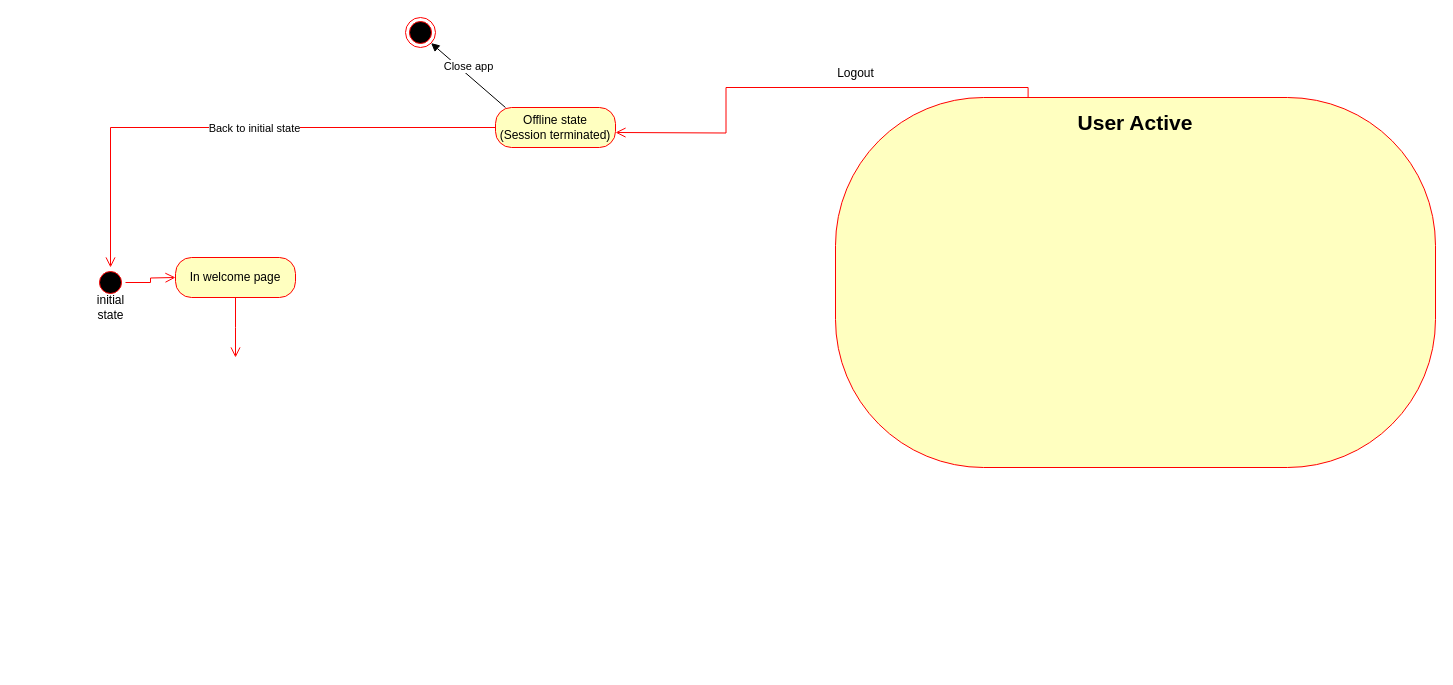
This is state diagram.drawio from Mazen-Azhary/Connect-Hub, a draw.io file, before an edit. Source tidied: cells renumbered, new cells numbered last; positions are measured from the earlier drawing's top-left corner, leaving out a move shared by most shapes. Both pictures are drawn from the tidied source at 100%, with x=0, y=0 at pixel (85, 17).
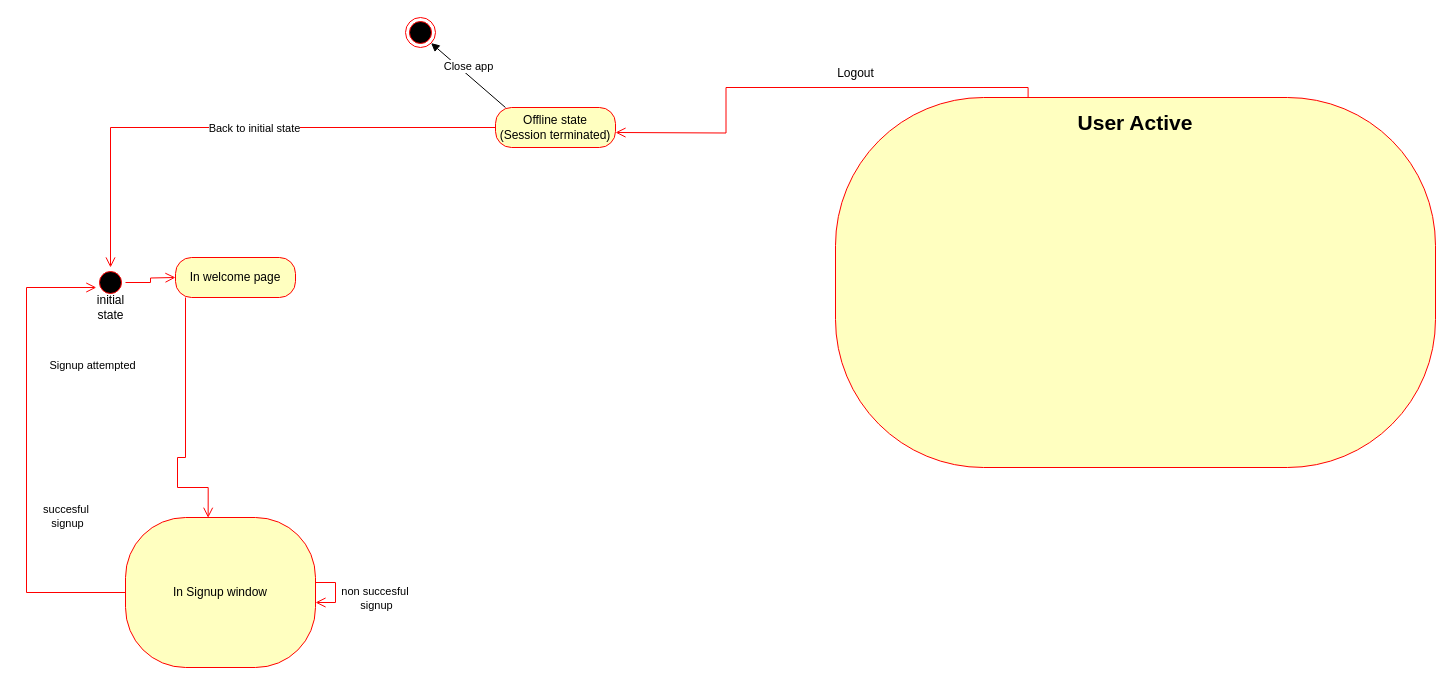
After the change.

Commit message:
signup state complete

The change refers to these unchanged cells:
```xml
<mxCell id="2" style="ellipse;html=1;shape=startState;fillColor=#000000;strokeColor=#ff0000;" parent="1" vertex="1">
  <mxGeometry x="10" y="250" width="30" height="30" as="geometry" />
</mxCell>
<mxCell id="13" value="In welcome page" style="rounded=1;whiteSpace=wrap;html=1;arcSize=40;fontColor=#000000;fillColor=#ffffc0;strokeColor=#ff0000;" parent="1" vertex="1">
  <mxGeometry x="90" y="240" width="120" height="40" as="geometry" />
</mxCell>
```

The edit, as a diff of the source:
```diff
@@
+    <mxCell id="15" style="ellipse;html=1;shape=endState;fillColor=#000000;strokeColor=#ff0000;" parent="1" vertex="1">
+      <mxGeometry x="320" width="30" height="30" as="geometry" />
+    </mxCell>
-    <mxCell id="14" style="edgeStyle=orthogonalEdgeStyle;html=1;verticalAlign=bottom;endArrow=open;endSize=8;strokeColor=#ff0000;rounded=0;" parent="1" edge="1" source="13">
+    <mxCell id="14" style="edgeStyle=orthogonalEdgeStyle;html=1;verticalAlign=bottom;endArrow=open;endSize=8;strokeColor=#ff0000;rounded=0;entryX=0.435;entryY=0.002;entryDx=0;entryDy=0;entryPerimeter=0;" parent="1" edge="1" source="13" target="18">
       <mxGeometry relative="1" as="geometry">
-        <mxPoint x="150" y="340" as="targetPoint" />
+        <Array as="points">
+          <mxPoint x="100" y="440" />
+          <mxPoint x="92" y="440" />
+          <mxPoint x="92" y="470" />
+          <mxPoint x="123" y="470" />
+        </Array>
       </mxGeometry>
     </mxCell>
-    <mxCell id="15" style="ellipse;html=1;shape=endState;fillColor=#000000;strokeColor=#ff0000;" parent="1" vertex="1">
-      <mxGeometry x="320" width="30" height="30" as="geometry" />
-    </mxCell>
+    <mxCell id="17" value="Signup attempted" style="edgeLabel;html=1;align=center;verticalAlign=middle;" parent="14" vertex="1">
+      <mxGeometry x="-0.32" y="-1" relative="1" as="geometry">
+        <mxPoint x="-93" y="-21" as="offset" />
+      </mxGeometry>
+    </mxCell>
@@
+    <mxCell id="18" value="In Signup window" style="rounded=1;whiteSpace=wrap;html=1;arcSize=40;fontColor=#000000;fillColor=#ffffc0;strokeColor=#ff0000;" parent="1" vertex="1">
+      <mxGeometry x="40" y="500" width="190" height="150" as="geometry" />
+    </mxCell>
+    <mxCell id="19" style="edgeStyle=orthogonalEdgeStyle;html=1;verticalAlign=bottom;endArrow=open;endSize=8;strokeColor=#ff0000;rounded=0;elbow=vertical;" parent="1" edge="1" source="18" target="18">
+      <mxGeometry relative="1" as="geometry" />
+    </mxCell>
+    <mxCell id="20" value="non succesful&amp;nbsp;&lt;div&gt;signup&lt;/div&gt;" style="edgeLabel;html=1;align=center;verticalAlign=middle;" parent="19" vertex="1">
+      <mxGeometry x="-0.21" relative="1" as="geometry">
+        <mxPoint x="40" y="11" as="offset" />
+      </mxGeometry>
+    </mxCell>
+    <mxCell id="21" style="edgeStyle=orthogonalEdgeStyle;html=1;verticalAlign=bottom;endArrow=open;endSize=8;strokeColor=#ff0000;rounded=0;elbow=vertical;" parent="1" edge="1" source="18" target="2">
+      <mxGeometry relative="1" as="geometry">
+        <Array as="points">
+          <mxPoint x="-59" y="575" />
+          <mxPoint x="-59" y="270" />
+        </Array>
+      </mxGeometry>
+    </mxCell>
+    <mxCell id="22" value="succesful&amp;nbsp;&lt;div&gt;signup&lt;/div&gt;" style="edgeLabel;html=1;align=center;verticalAlign=middle;" parent="21" vertex="1">
+      <mxGeometry x="-0.21" relative="1" as="geometry">
+        <mxPoint x="40" y="11" as="offset" />
+      </mxGeometry>
+    </mxCell>
```
